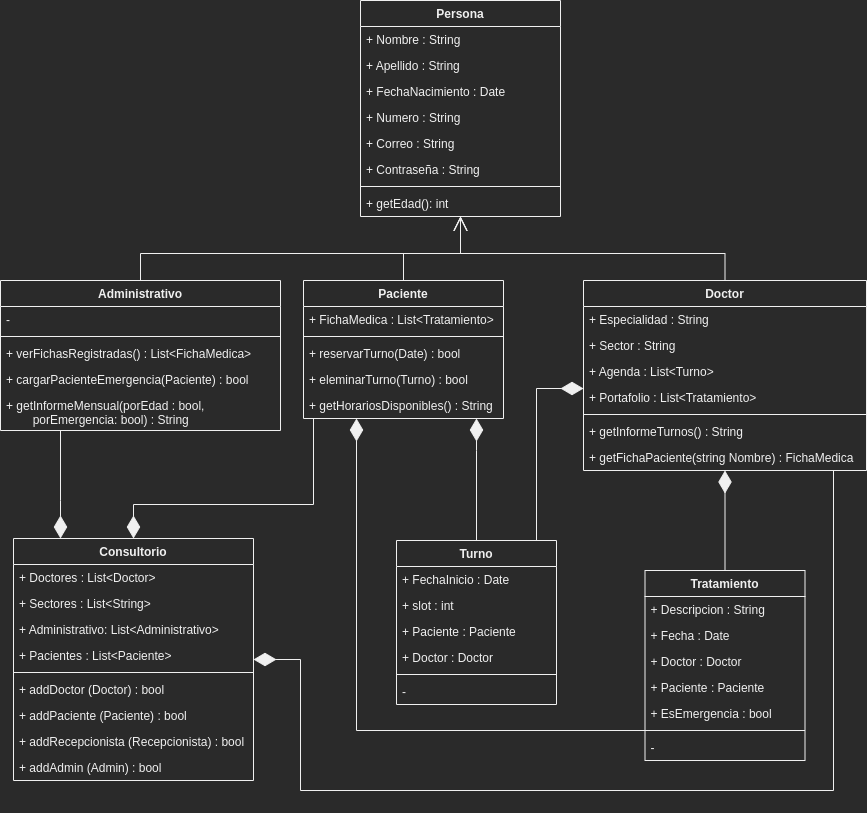
MrGoropeza/1000Programadores-ProyectoFinal keeps this draw.io diagram as DiagramaClases.png. Above is the earlier version. Source tidied: cells renumbered, new cells last; positions are measured from the earlier drawing's top-left corner, leaving out a move shared by most shapes.
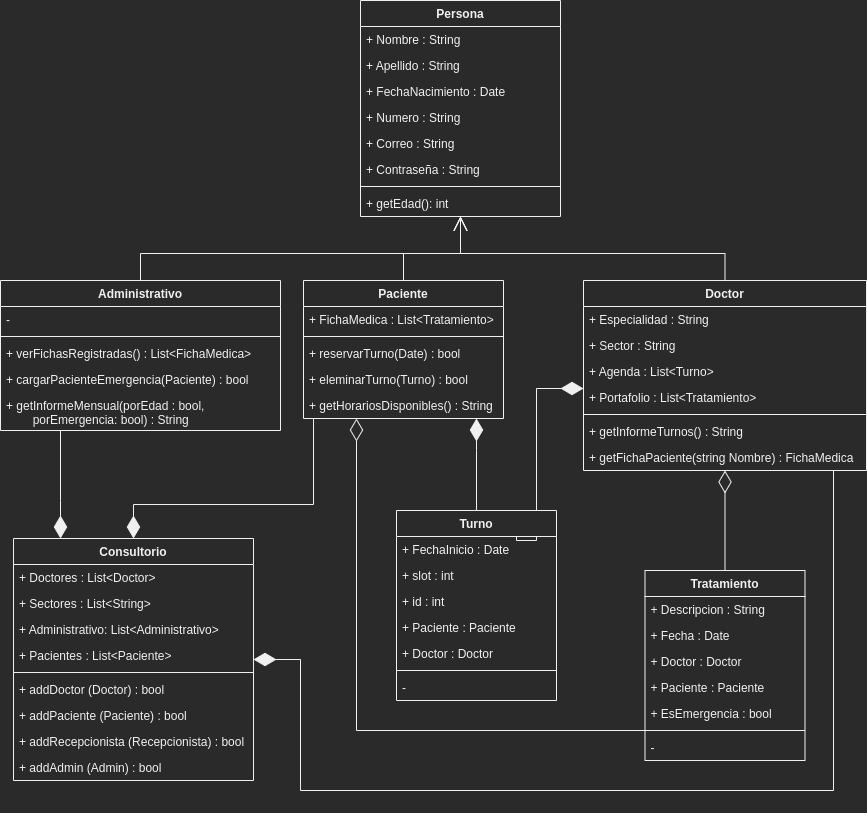
After the commit.

Commit message:
ultimos cambios a digramas para entrega final

Change to the diagram source:
```diff
@@ -170,7 +170,7 @@
       </mxGeometry>
     </mxCell>
     <mxCell id="49" value="Turno" style="swimlane;fontStyle=1;align=center;verticalAlign=top;horizontal=1;startSize=26;" parent="1" vertex="1">
-      <mxGeometry x="396" y="540" width="160" height="164" as="geometry" />
+      <mxGeometry x="396" y="510" width="160" height="190" as="geometry" />
     </mxCell>
     <mxCell id="50" value="+ FechaInicio : Date" style="text;strokeColor=none;fillColor=none;align=left;verticalAlign=top;spacingLeft=4;spacingRight=4;overflow=hidden;" parent="49" vertex="1">
       <mxGeometry y="26" width="160" height="26" as="geometry" />
@@ -178,26 +178,29 @@
     <mxCell id="51" value="+ slot : int" style="text;strokeColor=none;fillColor=none;align=left;verticalAlign=top;spacingLeft=4;spacingRight=4;overflow=hidden;" parent="49" vertex="1">
       <mxGeometry y="52" width="160" height="26" as="geometry" />
     </mxCell>
+    <mxCell id="66" value="+ id : int" style="text;strokeColor=none;fillColor=none;align=left;verticalAlign=top;spacingLeft=4;spacingRight=4;overflow=hidden;" parent="49" vertex="1">
+      <mxGeometry y="78" width="160" height="26" as="geometry" />
+    </mxCell>
     <mxCell id="52" value="+ Paciente : Paciente" style="text;strokeColor=none;fillColor=none;align=left;verticalAlign=top;spacingLeft=4;spacingRight=4;overflow=hidden;" parent="49" vertex="1">
-      <mxGeometry y="78" width="160" height="26" as="geometry" />
+      <mxGeometry y="104" width="160" height="26" as="geometry" />
     </mxCell>
     <mxCell id="53" value="+ Doctor : Doctor" style="text;strokeColor=none;fillColor=none;align=left;verticalAlign=top;spacingLeft=4;spacingRight=4;overflow=hidden;" parent="49" vertex="1">
-      <mxGeometry y="104" width="160" height="26" as="geometry" />
+      <mxGeometry y="130" width="160" height="26" as="geometry" />
     </mxCell>
     <mxCell id="54" style="line;strokeWidth=1;fillColor=none;align=left;verticalAlign=middle;spacingTop=-1;spacingLeft=3;spacingRight=3;labelPosition=right;" parent="49" vertex="1">
-      <mxGeometry y="130" width="160" height="8" as="geometry" />
+      <mxGeometry y="156" width="160" height="8" as="geometry" />
     </mxCell>
     <mxCell id="55" value="-" style="text;strokeColor=none;fillColor=none;align=left;verticalAlign=top;spacingLeft=4;spacingRight=4;overflow=hidden;" parent="49" vertex="1">
-      <mxGeometry y="138" width="160" height="26" as="geometry" />
+      <mxGeometry y="164" width="160" height="26" as="geometry" />
     </mxCell>
-    <mxCell id="56" style="edgeStyle=orthogonalEdgeStyle;rounded=0;jettySize=auto;html=1;startArrow=none;startFill=0;endArrow=diamondThin;endFill=1;startSize=20;endSize=20;sourcePerimeterSpacing=0;targetPerimeterSpacing=0;" parent="1" edge="1" source="58" target="34">
+    <mxCell id="56" style="edgeStyle=orthogonalEdgeStyle;rounded=0;jettySize=auto;html=1;startArrow=none;startFill=0;endArrow=diamondThin;endFill=0;startSize=20;endSize=20;sourcePerimeterSpacing=0;targetPerimeterSpacing=0;" parent="1" edge="1" source="58" target="34">
       <mxGeometry relative="1" as="geometry">
         <Array as="points">
           <mxPoint x="356" y="730" />
         </Array>
       </mxGeometry>
     </mxCell>
-    <mxCell id="57" style="edgeStyle=orthogonalEdgeStyle;rounded=0;jettySize=auto;html=1;startArrow=none;startFill=0;endArrow=diamondThin;endFill=1;startSize=20;endSize=20;sourcePerimeterSpacing=0;targetPerimeterSpacing=0;" parent="1" edge="1" source="58" target="16">
+    <mxCell id="57" style="edgeStyle=orthogonalEdgeStyle;rounded=0;jettySize=auto;html=1;startArrow=none;startFill=0;endArrow=diamondThin;endFill=0;startSize=20;endSize=20;sourcePerimeterSpacing=0;targetPerimeterSpacing=0;" parent="1" edge="1" source="58" target="16">
       <mxGeometry relative="1" as="geometry">
         <Array as="points">
           <mxPoint x="725" y="580" />
```
